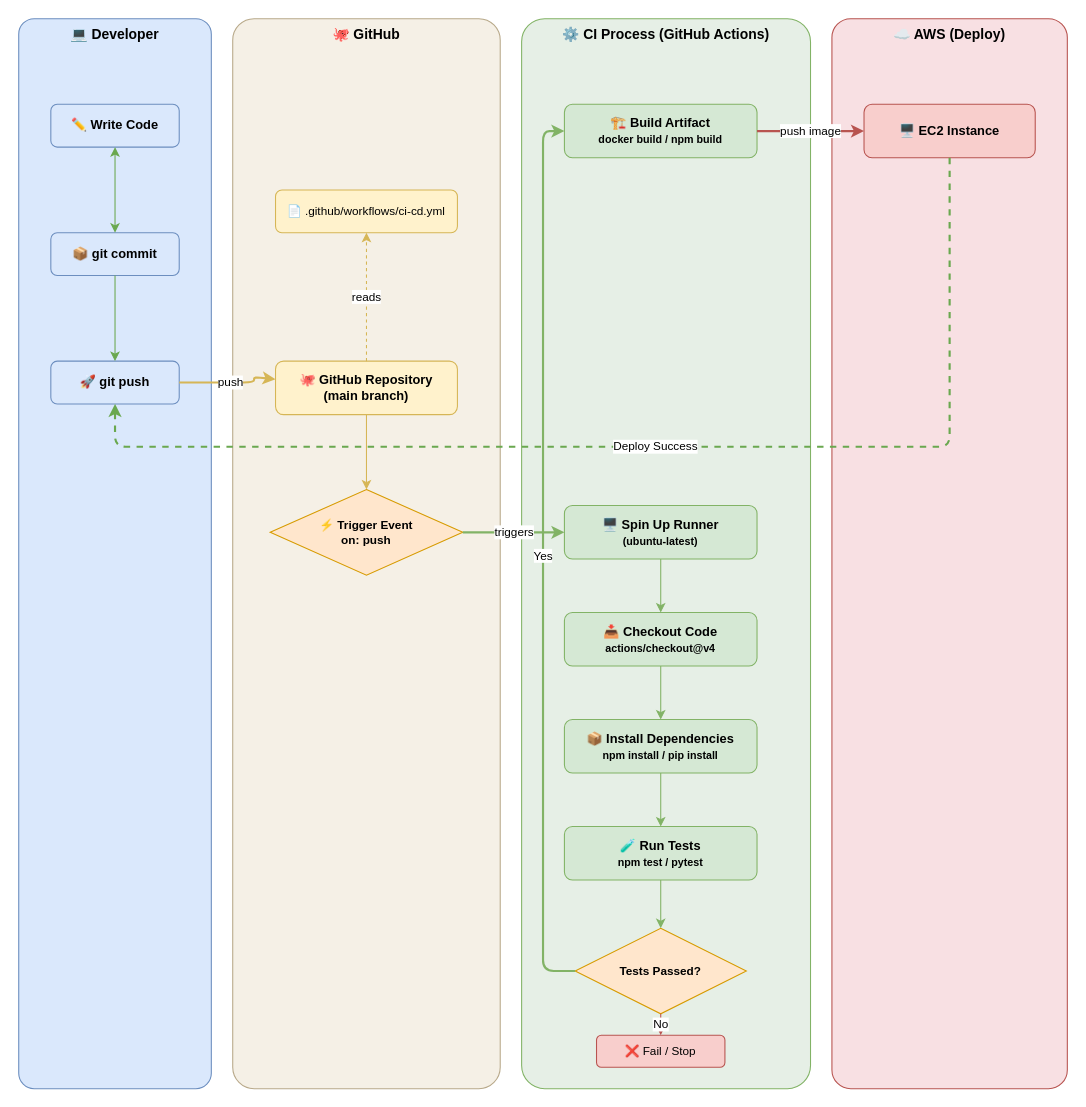
Earlier version of the draw.io diagram CI CD Pipline.drawio (eslams3dawi/Deploying-NodeJs-App-to-EC2-using-CI-CD). Source tidied: cells renumbered, new cells numbered last; positions are measured from the earlier drawing's top-left corner, leaving out a move shared by most shapes. Both pictures are drawn from the tidied source at 107%, with x=0, y=0 at pixel (18, 18).
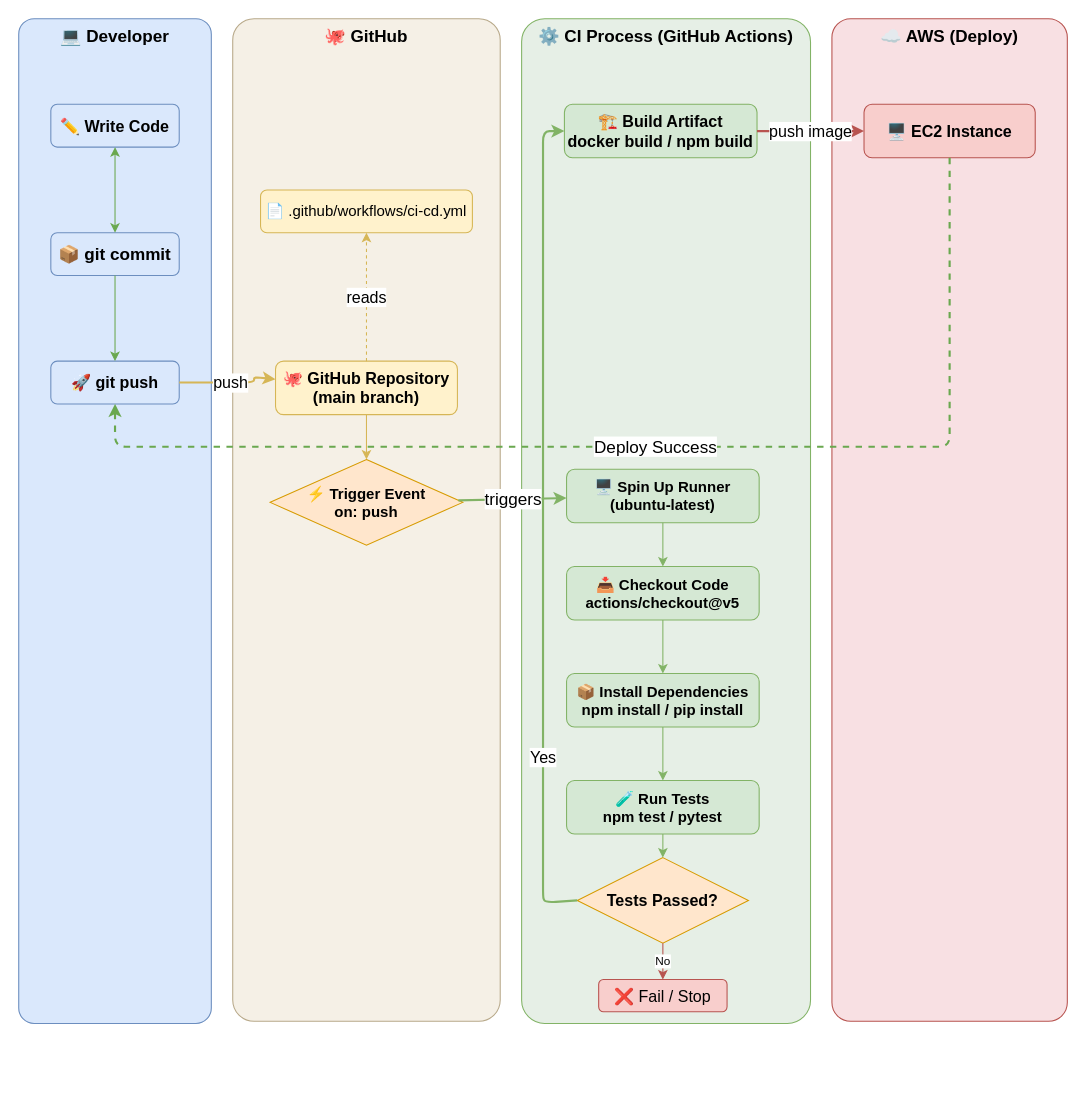
The same page after the edit.

Commit message (it also covers changes not shown here):
Reorder the workflow diagram

What changed in the source:
```diff
@@
-    <mxCell id="2" value="💻 Developer" style="rounded=1;arcSize=8;whiteSpace=wrap;html=1;fillColor=#dae8fc;strokeColor=#6c8ebf;verticalAlign=top;fontStyle=1;fontSize=13;" parent="1" vertex="1">
-      <mxGeometry width="180" height="1000" as="geometry" />
+    <mxCell id="2" value="&lt;font style=&quot;font-size: 16px;&quot;&gt;💻 Developer&lt;/font&gt;" style="rounded=1;arcSize=8;whiteSpace=wrap;html=1;fillColor=#dae8fc;strokeColor=#6c8ebf;verticalAlign=top;fontStyle=1;fontSize=13;" parent="1" vertex="1">
+      <mxGeometry width="180" height="939" as="geometry" />
     </mxCell>
-    <mxCell id="3" value="🐙 GitHub" style="rounded=1;arcSize=8;whiteSpace=wrap;html=1;fillColor=#f5f0e6;strokeColor=#b8a98a;verticalAlign=top;fontStyle=1;fontSize=13;" parent="1" vertex="1">
-      <mxGeometry x="200" width="250" height="1000" as="geometry" />
+    <mxCell id="3" value="&lt;font style=&quot;font-size: 16px;&quot;&gt;🐙 GitHub&lt;/font&gt;" style="rounded=1;arcSize=8;whiteSpace=wrap;html=1;fillColor=#f5f0e6;strokeColor=#b8a98a;verticalAlign=top;fontStyle=1;fontSize=13;" parent="1" vertex="1">
+      <mxGeometry x="200" width="250" height="937" as="geometry" />
     </mxCell>
-    <mxCell id="4" value="⚙️ CI Process (GitHub Actions)" style="rounded=1;arcSize=8;whiteSpace=wrap;html=1;fillColor=#e6efe6;strokeColor=#82b366;verticalAlign=top;fontStyle=1;fontSize=13;" parent="1" vertex="1">
-      <mxGeometry x="470" width="270" height="1000" as="geometry" />
+    <mxCell id="4" value="&lt;font style=&quot;font-size: 16px;&quot;&gt;⚙️ CI Process (GitHub Actions)&lt;/font&gt;" style="rounded=1;arcSize=8;whiteSpace=wrap;html=1;fillColor=#e6efe6;strokeColor=#82b366;verticalAlign=top;fontStyle=1;fontSize=13;" parent="1" vertex="1">
+      <mxGeometry x="470" width="270" height="939" as="geometry" />
     </mxCell>
-    <mxCell id="5" value="☁️ AWS (Deploy)" style="rounded=1;arcSize=8;whiteSpace=wrap;html=1;fillColor=#f8e0e3;strokeColor=#b85450;verticalAlign=top;fontStyle=1;fontSize=13;" parent="1" vertex="1">
-      <mxGeometry x="760" width="220" height="1000" as="geometry" />
+    <mxCell id="5" value="&lt;font style=&quot;font-size: 16px;&quot;&gt;☁️ AWS (Deploy)&lt;/font&gt;" style="rounded=1;arcSize=8;whiteSpace=wrap;html=1;fillColor=#f8e0e3;strokeColor=#b85450;verticalAlign=top;fontStyle=1;fontSize=13;" parent="1" vertex="1">
+      <mxGeometry x="760" width="220" height="937" as="geometry" />
     </mxCell>
-    <mxCell id="6" value="✏️ Write Code" style="rounded=1;whiteSpace=wrap;html=1;fillColor=#dae8fc;strokeColor=#6c8ebf;fontStyle=1;" parent="1" vertex="1">
+    <mxCell id="6" value="&lt;font style=&quot;font-size: 15px;&quot;&gt;✏️ Write Code&lt;/font&gt;" style="rounded=1;whiteSpace=wrap;html=1;fillColor=#dae8fc;strokeColor=#6c8ebf;fontStyle=1;" parent="1" vertex="1">
       <mxGeometry x="30" y="80" width="120" height="40" as="geometry" />
     </mxCell>
-    <mxCell id="7" value="📦 git commit" style="rounded=1;whiteSpace=wrap;html=1;fillColor=#dae8fc;strokeColor=#6c8ebf;fontStyle=1;" parent="1" vertex="1">
+    <mxCell id="7" value="&lt;font style=&quot;font-size: 16px;&quot;&gt;📦 git commit&lt;/font&gt;" style="rounded=1;whiteSpace=wrap;html=1;fillColor=#dae8fc;strokeColor=#6c8ebf;fontStyle=1;" parent="1" vertex="1">
       <mxGeometry x="30" y="200" width="120" height="40" as="geometry" />
     </mxCell>
-    <mxCell id="8" value="🚀 git push" style="rounded=1;whiteSpace=wrap;html=1;fillColor=#dae8fc;strokeColor=#6c8ebf;fontStyle=1;" parent="1" vertex="1">
+    <mxCell id="8" value="&lt;font style=&quot;font-size: 15px;&quot;&gt;🚀 git push&lt;/font&gt;" style="rounded=1;whiteSpace=wrap;html=1;fillColor=#dae8fc;strokeColor=#6c8ebf;fontStyle=1;" parent="1" vertex="1">
       <mxGeometry x="30" y="320" width="120" height="40" as="geometry" />
     </mxCell>
-    <mxCell id="9" value="📄 .github/workflows/ci-cd.yml" style="rounded=1;whiteSpace=wrap;html=1;fillColor=#fff2cc;strokeColor=#d6b656;fontSize=11;" parent="1" vertex="1">
-      <mxGeometry x="240" y="160" width="170" height="40" as="geometry" />
+    <mxCell id="9" value="&lt;font style=&quot;font-size: 14px;&quot;&gt;📄 .github/workflows/ci-cd.yml&lt;/font&gt;" style="rounded=1;whiteSpace=wrap;html=1;fillColor=#fff2cc;strokeColor=#d6b656;fontSize=11;" parent="1" vertex="1">
+      <mxGeometry x="226" y="160" width="198" height="40" as="geometry" />
     </mxCell>
-    <mxCell id="10" value="🐙 GitHub Repository&lt;br&gt;(main branch)" style="rounded=1;whiteSpace=wrap;html=1;fillColor=#fff2cc;strokeColor=#d6b656;fontStyle=1;" parent="1" vertex="1">
+    <mxCell id="10" value="&lt;font style=&quot;font-size: 15px;&quot;&gt;🐙 GitHub Repository&lt;br&gt;(main branch)&lt;/font&gt;" style="rounded=1;whiteSpace=wrap;html=1;fillColor=#fff2cc;strokeColor=#d6b656;fontStyle=1;" parent="1" vertex="1">
       <mxGeometry x="240" y="320" width="170" height="50" as="geometry" />
     </mxCell>
-    <mxCell id="11" value="⚡ Trigger Event&lt;br&gt;on: push" style="rhombus;whiteSpace=wrap;html=1;fillColor=#ffe6cc;strokeColor=#d79b00;fontStyle=1;fontSize=11;" parent="1" vertex="1">
-      <mxGeometry x="235" y="440" width="180" height="80" as="geometry" />
+    <mxCell id="11" value="&lt;font style=&quot;font-size: 14px;&quot;&gt;⚡ Trigger Event&lt;br&gt;on: push&lt;/font&gt;" style="rhombus;whiteSpace=wrap;html=1;fillColor=#ffe6cc;strokeColor=#d79b00;fontStyle=1;fontSize=11;" parent="1" vertex="1">
+      <mxGeometry x="235" y="412" width="180" height="80" as="geometry" />
     </mxCell>
-    <mxCell id="12" value="🖥️ Spin Up Runner&lt;br&gt;&lt;font style=&quot;font-size:10px&quot;&gt;(ubuntu-latest)&lt;/font&gt;" style="rounded=1;whiteSpace=wrap;html=1;fillColor=#d5e8d4;strokeColor=#82b366;fontStyle=1;" parent="1" vertex="1">
-      <mxGeometry x="510" y="455" width="180" height="50" as="geometry" />
+    <mxCell id="12" value="&lt;font style=&quot;font-size: 14px;&quot;&gt;🖥️ Spin Up Runner&lt;br&gt;&lt;font style=&quot;&quot;&gt;(ubuntu-latest)&lt;/font&gt;&lt;/font&gt;" style="rounded=1;whiteSpace=wrap;html=1;fillColor=#d5e8d4;strokeColor=#82b366;fontStyle=1;" parent="1" vertex="1">
+      <mxGeometry x="512" y="421" width="180" height="50" as="geometry" />
     </mxCell>
-    <mxCell id="13" value="📥 Checkout Code&lt;br&gt;&lt;font style=&quot;font-size:10px&quot;&gt;actions/checkout@v4&lt;/font&gt;" style="rounded=1;whiteSpace=wrap;html=1;fillColor=#d5e8d4;strokeColor=#82b366;fontStyle=1;" parent="1" vertex="1">
-      <mxGeometry x="510" y="555" width="180" height="50" as="geometry" />
+    <mxCell id="13" value="&lt;font style=&quot;font-size: 14px;&quot;&gt;📥 Checkout Code&lt;br&gt;&lt;font style=&quot;&quot;&gt;actions/checkout@v5&lt;/font&gt;&lt;/font&gt;" style="rounded=1;whiteSpace=wrap;html=1;fillColor=#d5e8d4;strokeColor=#82b366;fontStyle=1;" parent="1" vertex="1">
+      <mxGeometry x="512" y="512" width="180" height="50" as="geometry" />
     </mxCell>
-    <mxCell id="14" value="📦 Install Dependencies&lt;br&gt;&lt;font style=&quot;font-size:10px&quot;&gt;npm install / pip install&lt;/font&gt;" style="rounded=1;whiteSpace=wrap;html=1;fillColor=#d5e8d4;strokeColor=#82b366;fontStyle=1;" parent="1" vertex="1">
-      <mxGeometry x="510" y="655" width="180" height="50" as="geometry" />
+    <mxCell id="14" value="&lt;font style=&quot;font-size: 14px;&quot;&gt;📦 Install Dependencies&lt;br&gt;&lt;font style=&quot;&quot;&gt;npm install / pip install&lt;/font&gt;&lt;/font&gt;" style="rounded=1;whiteSpace=wrap;html=1;fillColor=#d5e8d4;strokeColor=#82b366;fontStyle=1;" parent="1" vertex="1">
+      <mxGeometry x="512" y="612" width="180" height="50" as="geometry" />
     </mxCell>
-    <mxCell id="15" value="🧪 Run Tests&lt;br&gt;&lt;font style=&quot;font-size:10px&quot;&gt;npm test / pytest&lt;/font&gt;" style="rounded=1;whiteSpace=wrap;html=1;fillColor=#d5e8d4;strokeColor=#82b366;fontStyle=1;" parent="1" vertex="1">
-      <mxGeometry x="510" y="755" width="180" height="50" as="geometry" />
+    <mxCell id="15" value="&lt;font style=&quot;font-size: 14px;&quot;&gt;🧪 Run Tests&lt;br&gt;&lt;font style=&quot;&quot;&gt;npm test / pytest&lt;/font&gt;&lt;/font&gt;" style="rounded=1;whiteSpace=wrap;html=1;fillColor=#d5e8d4;strokeColor=#82b366;fontStyle=1;" parent="1" vertex="1">
+      <mxGeometry x="512" y="712" width="180" height="50" as="geometry" />
     </mxCell>
-    <mxCell id="16" value="Tests Passed?" style="rhombus;whiteSpace=wrap;html=1;fillColor=#ffe6cc;strokeColor=#d79b00;fontStyle=1;fontSize=11;" parent="1" vertex="1">
-      <mxGeometry x="520" y="850" width="160" height="80" as="geometry" />
+    <mxCell id="16" value="&lt;font style=&quot;font-size: 15px;&quot;&gt;Tests Passed?&lt;/font&gt;" style="rhombus;whiteSpace=wrap;html=1;fillColor=#ffe6cc;strokeColor=#d79b00;fontStyle=1;fontSize=11;" parent="1" vertex="1">
+      <mxGeometry x="522" y="784" width="160" height="80" as="geometry" />
     </mxCell>
-    <mxCell id="17" value="❌ Fail / Stop" style="rounded=1;whiteSpace=wrap;html=1;fillColor=#f8cecc;strokeColor=#b85450;fontSize=11;" parent="1" vertex="1">
-      <mxGeometry x="540" y="950" width="120" height="30" as="geometry" />
+    <mxCell id="17" value="&lt;font style=&quot;font-size: 15px;&quot;&gt;❌ Fail / Stop&lt;/font&gt;" style="rounded=1;whiteSpace=wrap;html=1;fillColor=#f8cecc;strokeColor=#b85450;fontSize=11;" parent="1" vertex="1">
+      <mxGeometry x="542" y="898" width="120" height="30" as="geometry" />
     </mxCell>
-    <mxCell id="18" value="🏗️ Build Artifact&lt;br&gt;&lt;font style=&quot;font-size:10px&quot;&gt;docker build / npm build&lt;/font&gt;" style="rounded=1;whiteSpace=wrap;html=1;fillColor=#d5e8d4;strokeColor=#82b366;fontStyle=1;" parent="1" vertex="1">
+    <mxCell id="18" value="&lt;font style=&quot;font-size: 15px;&quot;&gt;🏗️ Build Artifact&lt;br&gt;&lt;font style=&quot;&quot;&gt;docker build / npm build&lt;/font&gt;&lt;/font&gt;" style="rounded=1;whiteSpace=wrap;html=1;fillColor=#d5e8d4;strokeColor=#82b366;fontStyle=1;" parent="1" vertex="1">
       <mxGeometry x="510" y="80" width="180" height="50" as="geometry" />
     </mxCell>
-    <mxCell id="19" value="🖥️ EC2 Instance" style="rounded=1;whiteSpace=wrap;html=1;fillColor=#f8cecc;strokeColor=#b85450;fontStyle=1;" parent="1" vertex="1">
+    <mxCell id="19" value="&lt;font style=&quot;font-size: 15px;&quot;&gt;🖥️ EC2 Instance&lt;/font&gt;" style="rounded=1;whiteSpace=wrap;html=1;fillColor=#f8cecc;strokeColor=#b85450;fontStyle=1;" parent="1" vertex="1">
       <mxGeometry x="790" y="80" width="160" height="50" as="geometry" />
     </mxCell>
@@
-    <mxCell id="22" value="push" style="endArrow=classic;html=1;strokeColor=#d6b656;strokeWidth=2;flowAnimation=1;" parent="1" edge="1" source="8" target="10">
+    <mxCell id="22" value="&lt;font style=&quot;font-size: 15px;&quot;&gt;push&lt;/font&gt;" style="endArrow=classic;html=1;strokeColor=#d6b656;strokeWidth=2;flowAnimation=1;" parent="1" edge="1" source="8" target="10">
       <mxGeometry relative="1" as="geometry">
         <Array as="points">
           <mxPoint x="220" y="340" />
           <mxPoint x="220" y="335" />
         </Array>
       </mxGeometry>
     </mxCell>
-    <mxCell id="23" value="reads" style="endArrow=classic;html=1;strokeColor=#d6b656;dashed=1;" parent="1" edge="1" source="10" target="9">
+    <mxCell id="23" value="&lt;font style=&quot;font-size: 15px;&quot;&gt;reads&lt;/font&gt;" style="endArrow=classic;html=1;strokeColor=#d6b656;dashed=1;" parent="1" edge="1" source="10" target="9">
       <mxGeometry relative="1" as="geometry" />
     </mxCell>
@@
-    <mxCell id="25" value="triggers" style="endArrow=classic;html=1;strokeColor=#82b366;strokeWidth=2;flowAnimation=1;" parent="1" edge="1" source="11" target="12">
+    <mxCell id="25" value="&lt;font style=&quot;font-size: 16px;&quot;&gt;triggers&lt;/font&gt;" style="endArrow=classic;html=1;strokeColor=#82b366;strokeWidth=2;flowAnimation=1;" parent="1" edge="1" source="11" target="12">
       <mxGeometry relative="1" as="geometry" />
     </mxCell>
@@
-    <mxCell id="31" value="Yes" style="endArrow=classic;html=1;strokeColor=#82b366;strokeWidth=2;exitX=0;exitY=0.5;exitDx=0;exitDy=0;entryX=0;entryY=0.5;entryDx=0;entryDy=0;flowAnimation=1;" parent="1" edge="1" source="16" target="18">
-      <mxGeometry relative="1" as="geometry">
+    <mxCell id="31" value="&lt;font style=&quot;font-size: 15px;&quot;&gt;Yes&lt;/font&gt;" style="endArrow=classic;html=1;strokeColor=#82b366;strokeWidth=2;exitX=0;exitY=0.5;exitDx=0;exitDy=0;entryX=0;entryY=0.5;entryDx=0;entryDy=0;flowAnimation=1;" parent="1" edge="1" source="16" target="18">
+      <mxGeometry x="-0.57" relative="1" as="geometry">
         <Array as="points">
-          <mxPoint x="490" y="890" />
+          <mxPoint x="492" y="826" />
+          <mxPoint x="490" y="821" />
           <mxPoint x="490" y="105" />
         </Array>
       </mxGeometry>
     </mxCell>
-    <mxCell id="32" value="push image" style="endArrow=classic;html=1;strokeColor=#b85450;strokeWidth=2;flowAnimation=1;" parent="1" edge="1" source="18" target="19">
+    <mxCell id="32" value="&lt;font style=&quot;font-size: 15px;&quot;&gt;push image&lt;/font&gt;" style="endArrow=classic;html=1;strokeColor=#b85450;strokeWidth=2;flowAnimation=1;" parent="1" edge="1" source="18" target="19">
       <mxGeometry relative="1" as="geometry" />
     </mxCell>
-    <mxCell id="33" value="Deploy Success" style="endArrow=classic;html=1;strokeColor=#6aa84f;dashed=1;strokeWidth=2;exitX=0.5;exitY=1;exitDx=0;exitDy=0;entryX=0.5;entryY=1;entryDx=0;entryDy=0;labelBackgroundColor=#ffffff;flowAnimation=1;" parent="1" edge="1" source="19" target="8">
+    <mxCell id="33" value="&lt;font style=&quot;font-size: 16px;&quot;&gt;Deploy Success&lt;/font&gt;" style="endArrow=classic;html=1;strokeColor=#6aa84f;dashed=1;strokeWidth=2;exitX=0.5;exitY=1;exitDx=0;exitDy=0;entryX=0.5;entryY=1;entryDx=0;entryDy=0;labelBackgroundColor=#ffffff;flowAnimation=1;" parent="1" edge="1" source="19" target="8">
       <mxGeometry relative="1" as="geometry">
         <Array as="points">
           <mxPoint x="870" y="400" />
           <mxPoint x="90" y="400" />
         </Array>
       </mxGeometry>
     </mxCell>
```
